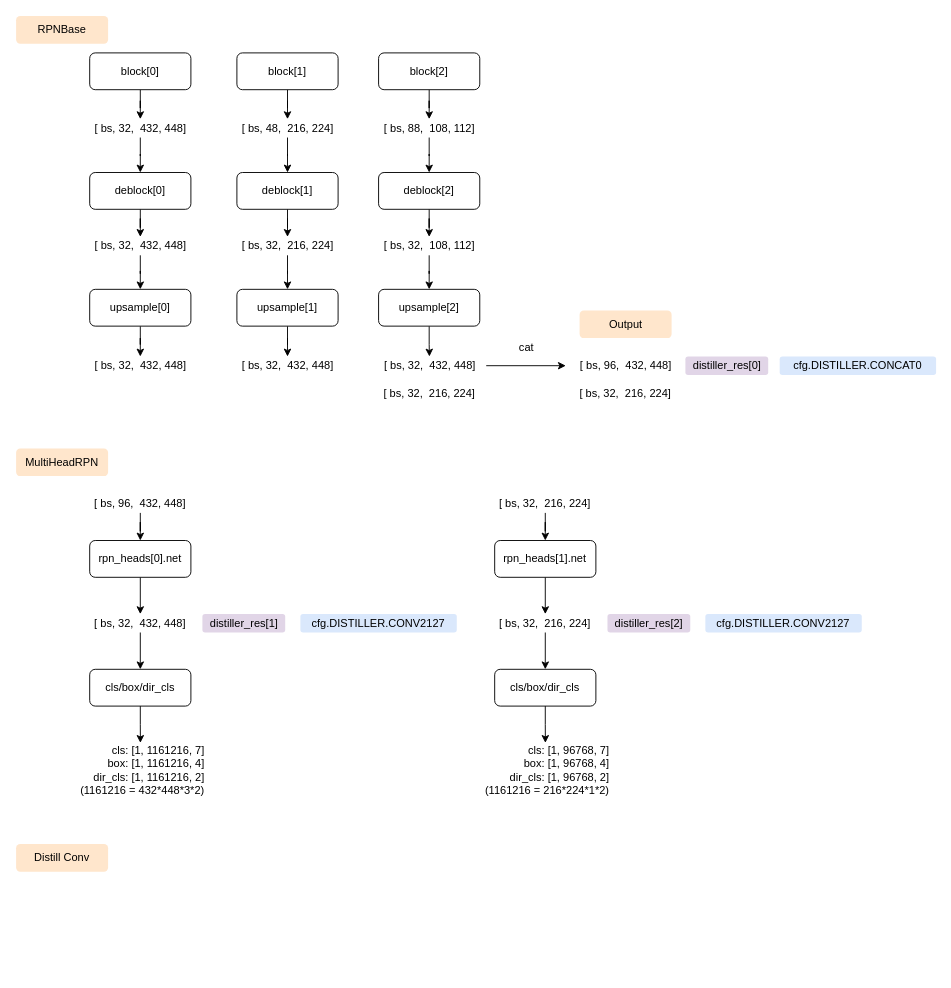
This is network.drawio from wennieWN/UML, a draw.io file, before an edit. Source tidied: cells renumbered, new cells numbered last; positions are measured from the earlier drawing's top-left corner, leaving out a move shared by most shapes. Both pictures are drawn from the tidied source at 92%, with x=0, y=0 at pixel (16, 16).
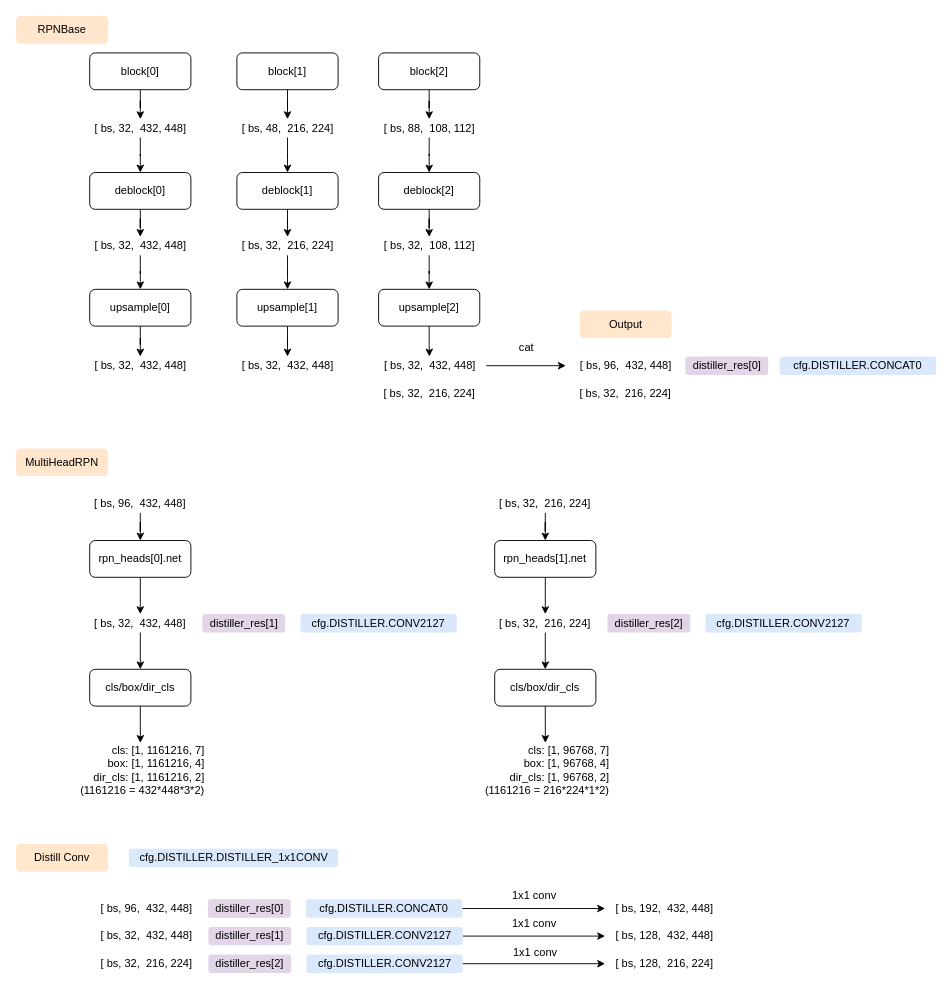
Above is the later version.

Diff of the diagram source:
```diff
@@
+    <mxCell id="68" value="[ bs, 96,&amp;nbsp; 432, 448]" style="text;html=1;strokeColor=none;fillColor=none;align=center;verticalAlign=middle;whiteSpace=wrap;rounded=0;" parent="1" vertex="1">
+      <mxGeometry x="76.5" y="960" width="130" height="20" as="geometry" />
+    </mxCell>
+    <mxCell id="69" value="distiller_res[0]" style="rounded=1;whiteSpace=wrap;html=1;fillColor=#e1d5e7;strokeColor=none;" parent="1" vertex="1">
+      <mxGeometry x="208.5" y="960" width="90" height="20" as="geometry" />
+    </mxCell>
+    <mxCell id="70" style="edgeStyle=orthogonalEdgeStyle;rounded=0;jettySize=auto;html=1;" parent="1" edge="1" source="71" target="81">
+      <mxGeometry relative="1" as="geometry" />
+    </mxCell>
+    <mxCell id="71" value="cfg.DISTILLER.CONCAT0" style="rounded=1;whiteSpace=wrap;html=1;fillColor=#dae8fc;strokeColor=none;" parent="1" vertex="1">
+      <mxGeometry x="315" y="960" width="170" height="20" as="geometry" />
+    </mxCell>
+    <mxCell id="72" value="[ bs, 32,&amp;nbsp; 432, 448]" style="text;html=1;strokeColor=none;fillColor=none;align=center;verticalAlign=middle;whiteSpace=wrap;rounded=0;" parent="1" vertex="1">
+      <mxGeometry x="76.5" y="990" width="130" height="20" as="geometry" />
+    </mxCell>
+    <mxCell id="73" value="distiller_res[1]" style="rounded=1;whiteSpace=wrap;html=1;fillColor=#e1d5e7;strokeColor=none;" parent="1" vertex="1">
+      <mxGeometry x="209" y="990" width="90" height="20" as="geometry" />
+    </mxCell>
+    <mxCell id="74" style="edgeStyle=orthogonalEdgeStyle;rounded=0;jettySize=auto;html=1;entryX=0;entryY=0.5;entryDx=0;entryDy=0;" parent="1" edge="1" source="75" target="82">
+      <mxGeometry relative="1" as="geometry" />
+    </mxCell>
+    <mxCell id="75" value="cfg.DISTILLER.CONV2127" style="rounded=1;whiteSpace=wrap;html=1;fillColor=#dae8fc;strokeColor=none;" parent="1" vertex="1">
+      <mxGeometry x="315.5" y="990" width="170" height="20" as="geometry" />
+    </mxCell>
+    <mxCell id="76" value="[ bs, 32,&amp;nbsp; 216, 224]" style="text;html=1;strokeColor=none;fillColor=none;align=center;verticalAlign=middle;whiteSpace=wrap;rounded=0;" parent="1" vertex="1">
+      <mxGeometry x="76.5" y="1020" width="130" height="20" as="geometry" />
+    </mxCell>
+    <mxCell id="77" value="distiller_res[2]" style="rounded=1;whiteSpace=wrap;html=1;fillColor=#e1d5e7;strokeColor=none;" parent="1" vertex="1">
+      <mxGeometry x="209" y="1020" width="90" height="20" as="geometry" />
+    </mxCell>
+    <mxCell id="78" style="edgeStyle=orthogonalEdgeStyle;rounded=0;jettySize=auto;html=1;" parent="1" edge="1" source="79" target="83">
+      <mxGeometry relative="1" as="geometry" />
+    </mxCell>
+    <mxCell id="79" value="cfg.DISTILLER.CONV2127" style="rounded=1;whiteSpace=wrap;html=1;fillColor=#dae8fc;strokeColor=none;" parent="1" vertex="1">
+      <mxGeometry x="315.5" y="1020" width="170" height="20" as="geometry" />
+    </mxCell>
+    <mxCell id="80" value="cfg.DISTILLER.DISTILLER_1x1CONV" style="rounded=1;whiteSpace=wrap;html=1;fillColor=#dae8fc;strokeColor=none;" parent="1" vertex="1">
+      <mxGeometry x="122.5" y="905" width="227.5" height="20" as="geometry" />
+    </mxCell>
+    <mxCell id="81" value="[ bs, 192,&amp;nbsp; 432, 448]" style="text;html=1;strokeColor=none;fillColor=none;align=center;verticalAlign=middle;whiteSpace=wrap;rounded=0;" parent="1" vertex="1">
+      <mxGeometry x="640.2" y="960" width="130" height="20" as="geometry" />
+    </mxCell>
+    <mxCell id="82" value="[ bs, 128,&amp;nbsp; 432, 448]" style="text;html=1;strokeColor=none;fillColor=none;align=center;verticalAlign=middle;whiteSpace=wrap;rounded=0;" parent="1" vertex="1">
+      <mxGeometry x="640.2" y="990" width="130" height="20" as="geometry" />
+    </mxCell>
+    <mxCell id="83" value="[ bs, 128,&amp;nbsp; 216, 224]" style="text;html=1;strokeColor=none;fillColor=none;align=center;verticalAlign=middle;whiteSpace=wrap;rounded=0;" parent="1" vertex="1">
+      <mxGeometry x="640.2" y="1020" width="130" height="20" as="geometry" />
+    </mxCell>
+    <mxCell id="84" value="1x1 conv" style="text;html=1;align=center;verticalAlign=middle;" parent="1" vertex="1">
+      <mxGeometry x="533" y="946" width="60" height="20" as="geometry" />
+    </mxCell>
+    <mxCell id="85" value="1x1 conv" style="text;html=1;align=center;verticalAlign=middle;" parent="1" vertex="1">
+      <mxGeometry x="533" y="977" width="60" height="20" as="geometry" />
+    </mxCell>
+    <mxCell id="86" value="1x1 conv" style="text;html=1;align=center;verticalAlign=middle;" parent="1" vertex="1">
+      <mxGeometry x="533.5" y="1008" width="60" height="20" as="geometry" />
+    </mxCell>
```
